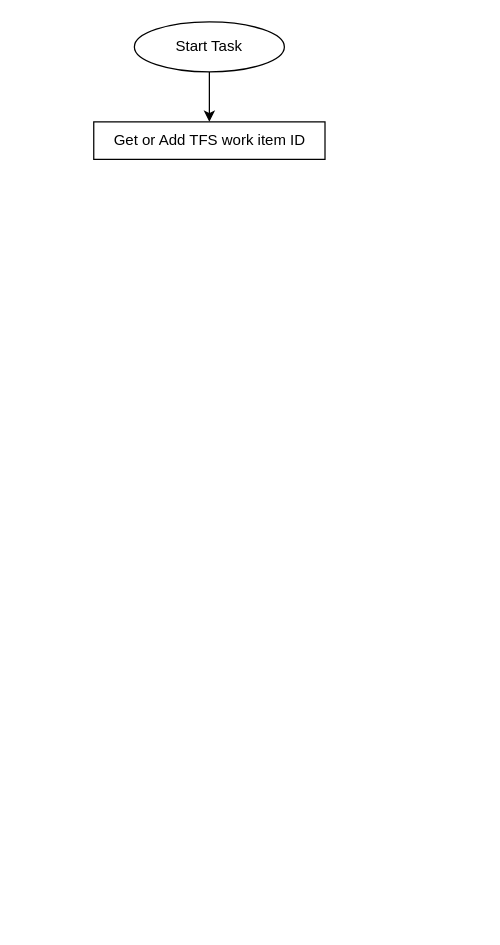
This is Untitled Diagram.drawio from code-xhyun/draw.io, a draw.io file, before an edit. Source tidied: cells renumbered, new cells numbered last; positions are measured from the earlier drawing's top-left corner, leaving out a move shared by most shapes. Both pictures are drawn from the tidied source at 125%, with x=0, y=0 at pixel (94, 21).
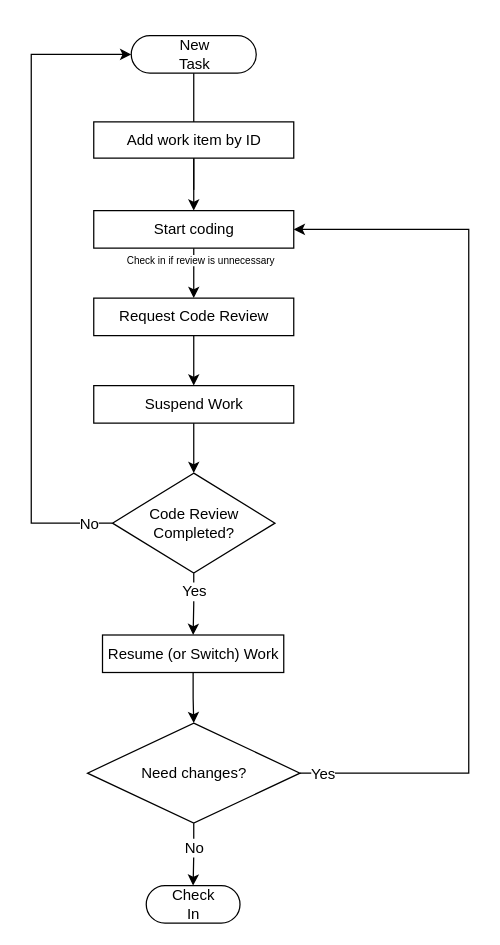
The same diagram, later.

The edit, as a diff of the source:
```diff
@@
-    <mxCell id="2" value="Start Task" style="ellipse;whiteSpace=wrap;html=1;" parent="1" vertex="1">
-      <mxGeometry x="32" width="120" height="40" as="geometry" />
-    </mxCell>
-    <mxCell id="3" style="endArrow=classic;html=1;exitX=0.5;exitY=1;exitDx=0;exitDy=0;entryX=0.5;entryY=0;entryDx=0;entryDy=0;" parent="1" edge="1" source="2" target="4">
-      <mxGeometry relative="1" as="geometry" />
+    <mxCell id="3" style="endArrow=classic;html=1;exitX=0.5;exitY=0.5;exitDx=0;exitDy=15;entryX=0.5;entryY=0;entryDx=0;entryDy=0;noEdgeStyle=1;orthogonal=1;exitPerimeter=0;" parent="1" edge="1" source="26" target="4">
+      <mxGeometry relative="1" as="geometry">
+        <Array as="points">
+          <mxPoint x="79.5" y="63" />
+          <mxPoint x="79.5" y="139" />
+        </Array>
+      </mxGeometry>
     </mxCell>
+    <mxCell id="5" style="edgeStyle=orthogonalEdgeStyle;rounded=0;jettySize=auto;html=1;exitX=0.5;exitY=1;exitDx=0;exitDy=0;entryX=0.5;entryY=0;entryDx=0;entryDy=0;" parent="1" edge="1" source="4" target="8">
+      <mxGeometry relative="1" as="geometry" />
+    </mxCell>
-    <mxCell id="4" value="Get or Add TFS work item ID" style="rounded=0;whiteSpace=wrap;html=1;" parent="1" vertex="1">
-      <mxGeometry x="-0.5" y="80" width="185" height="30" as="geometry" />
+    <mxCell id="4" value="Add work item by ID" style="rounded=0;whiteSpace=wrap;html=1;" parent="1" vertex="1">
+      <mxGeometry x="-0.5" y="80" width="160" height="29" as="geometry" />
     </mxCell>
+    <mxCell id="6" style="edgeStyle=orthogonalEdgeStyle;rounded=0;jettySize=auto;html=1;exitX=0.5;exitY=1;exitDx=0;exitDy=0;entryX=0.5;entryY=0;entryDx=0;entryDy=0;" parent="1" edge="1" source="8" target="10">
+      <mxGeometry relative="1" as="geometry" />
+    </mxCell>
+    <mxCell id="7" value="Check in if review is unnecessary" style="text;html=1;align=center;verticalAlign=middle;labelBackgroundColor=#ffffff;fontSize=8;" parent="6" vertex="1">
+      <mxGeometry x="-0.28" y="7" relative="1" as="geometry">
+        <mxPoint x="-2" y="-4.5" as="offset" />
+      </mxGeometry>
+    </mxCell>
+    <mxCell id="8" value="Start coding" style="rounded=0;whiteSpace=wrap;html=1;" parent="1" vertex="1">
+      <mxGeometry x="-0.5" y="151" width="160" height="30" as="geometry" />
+    </mxCell>
+    <mxCell id="9" style="edgeStyle=orthogonalEdgeStyle;rounded=0;jettySize=auto;html=1;exitX=0.5;exitY=1;exitDx=0;exitDy=0;entryX=0.5;entryY=0;entryDx=0;entryDy=0;" parent="1" edge="1" source="10" target="12">
+      <mxGeometry relative="1" as="geometry" />
+    </mxCell>
+    <mxCell id="10" value="Request Code Review" style="rounded=0;whiteSpace=wrap;html=1;strokeColor=#000000;fillColor=none;" parent="1" vertex="1">
+      <mxGeometry x="-0.5" y="221" width="160" height="30" as="geometry" />
+    </mxCell>
+    <mxCell id="11" style="edgeStyle=orthogonalEdgeStyle;rounded=0;jettySize=auto;html=1;exitX=0.5;exitY=1;exitDx=0;exitDy=0;entryX=0.5;entryY=0;entryDx=0;entryDy=0;" parent="1" edge="1" source="12" target="17">
+      <mxGeometry relative="1" as="geometry" />
+    </mxCell>
+    <mxCell id="12" value="Suspend Work" style="rounded=0;whiteSpace=wrap;html=1;strokeColor=#000000;fillColor=none;" parent="1" vertex="1">
+      <mxGeometry x="-0.5" y="291" width="160" height="30" as="geometry" />
+    </mxCell>
+    <mxCell id="13" style="edgeStyle=orthogonalEdgeStyle;rounded=0;jettySize=auto;html=1;exitX=0;exitY=0.5;exitDx=0;exitDy=0;entryX=0;entryY=0.5;entryDx=0;entryDy=0;entryPerimeter=0;" parent="1" edge="1" source="17" target="26">
+      <mxGeometry relative="1" as="geometry">
+        <Array as="points">
+          <mxPoint x="-50.5" y="401" />
+          <mxPoint x="-50.5" y="26" />
+        </Array>
+      </mxGeometry>
+    </mxCell>
+    <mxCell id="14" value="No" style="text;html=1;align=center;verticalAlign=middle;labelBackgroundColor=#ffffff;" parent="13" vertex="1">
+      <mxGeometry x="-0.88" y="1" relative="1" as="geometry">
+        <mxPoint x="12" y="-1" as="offset" />
+      </mxGeometry>
+    </mxCell>
+    <mxCell id="15" style="edgeStyle=orthogonalEdgeStyle;rounded=0;jettySize=auto;html=1;entryX=0.5;entryY=0;entryDx=0;entryDy=0;exitX=0.5;exitY=1;exitDx=0;exitDy=0;" parent="1" edge="1" source="17" target="19">
+      <mxGeometry relative="1" as="geometry" />
+    </mxCell>
+    <mxCell id="16" value="Yes" style="text;html=1;align=center;verticalAlign=middle;labelBackgroundColor=#ffffff;" parent="15" vertex="1">
+      <mxGeometry x="-0.77" y="-2" relative="1" as="geometry">
+        <mxPoint x="2" y="8.5" as="offset" />
+      </mxGeometry>
+    </mxCell>
+    <mxCell id="17" value="Code Review Completed?" style="rhombus;whiteSpace=wrap;html=1;strokeColor=#000000;fillColor=none;" parent="1" vertex="1">
+      <mxGeometry x="14.5" y="361" width="130" height="80" as="geometry" />
+    </mxCell>
+    <mxCell id="18" style="edgeStyle=orthogonalEdgeStyle;rounded=0;jettySize=auto;html=1;exitX=0.5;exitY=1;exitDx=0;exitDy=0;entryX=0.5;entryY=0;entryDx=0;entryDy=0;" parent="1" edge="1" source="19" target="24">
+      <mxGeometry relative="1" as="geometry" />
+    </mxCell>
+    <mxCell id="19" value="Resume (or Switch) Work" style="rounded=0;whiteSpace=wrap;html=1;strokeColor=#000000;fillColor=none;" parent="1" vertex="1">
+      <mxGeometry x="6.5" y="490.5" width="145" height="30" as="geometry" />
+    </mxCell>
+    <mxCell id="20" style="edgeStyle=orthogonalEdgeStyle;rounded=0;jettySize=auto;html=1;exitX=0.5;exitY=1;exitDx=0;exitDy=0;entryX=0.5;entryY=0.5;entryDx=0;entryDy=-15;entryPerimeter=0;" parent="1" edge="1" source="24" target="25">
+      <mxGeometry relative="1" as="geometry" />
+    </mxCell>
+    <mxCell id="21" value="No" style="text;html=1;align=center;verticalAlign=middle;labelBackgroundColor=#ffffff;" parent="20" vertex="1">
+      <mxGeometry x="-0.35" y="2" relative="1" as="geometry">
+        <mxPoint x="-2" y="3.5" as="offset" />
+      </mxGeometry>
+    </mxCell>
+    <mxCell id="22" style="edgeStyle=orthogonalEdgeStyle;rounded=0;jettySize=auto;html=1;exitX=1;exitY=0.5;exitDx=0;exitDy=0;entryX=1;entryY=0.5;entryDx=0;entryDy=0;" parent="1" edge="1" source="24" target="8">
+      <mxGeometry relative="1" as="geometry">
+        <Array as="points">
+          <mxPoint x="299.5" y="601" />
+          <mxPoint x="299.5" y="166" />
+        </Array>
+      </mxGeometry>
+    </mxCell>
+    <mxCell id="23" value="Yes" style="text;html=1;align=center;verticalAlign=middle;labelBackgroundColor=#ffffff;" parent="22" vertex="1">
+      <mxGeometry x="-0.93" y="2" relative="1" as="geometry">
+        <mxPoint x="-7" y="2.5" as="offset" />
+      </mxGeometry>
+    </mxCell>
+    <mxCell id="24" value="Need changes?" style="rhombus;whiteSpace=wrap;html=1;strokeColor=#000000;fillColor=none;" parent="1" vertex="1">
+      <mxGeometry x="-5.5" y="561" width="170" height="80" as="geometry" />
+    </mxCell>
+    <mxCell id="25" value="&lt;span style=&quot;white-space: normal&quot;&gt;Check In&lt;/span&gt;" style="html=1;dashed=0;whitespace=wrap;shape=mxgraph.dfd.start;strokeColor=#000000;fillColor=none;" parent="1" vertex="1">
+      <mxGeometry x="41.5" y="691" width="75" height="30" as="geometry" />
+    </mxCell>
+    <mxCell id="26" value="&lt;span style=&quot;white-space: normal&quot;&gt;New Task&lt;/span&gt;" style="html=1;dashed=0;whitespace=wrap;shape=mxgraph.dfd.start;strokeColor=#000000;fillColor=none;" parent="1" vertex="1">
+      <mxGeometry x="29.5" y="11" width="100" height="30" as="geometry" />
+    </mxCell>
```
